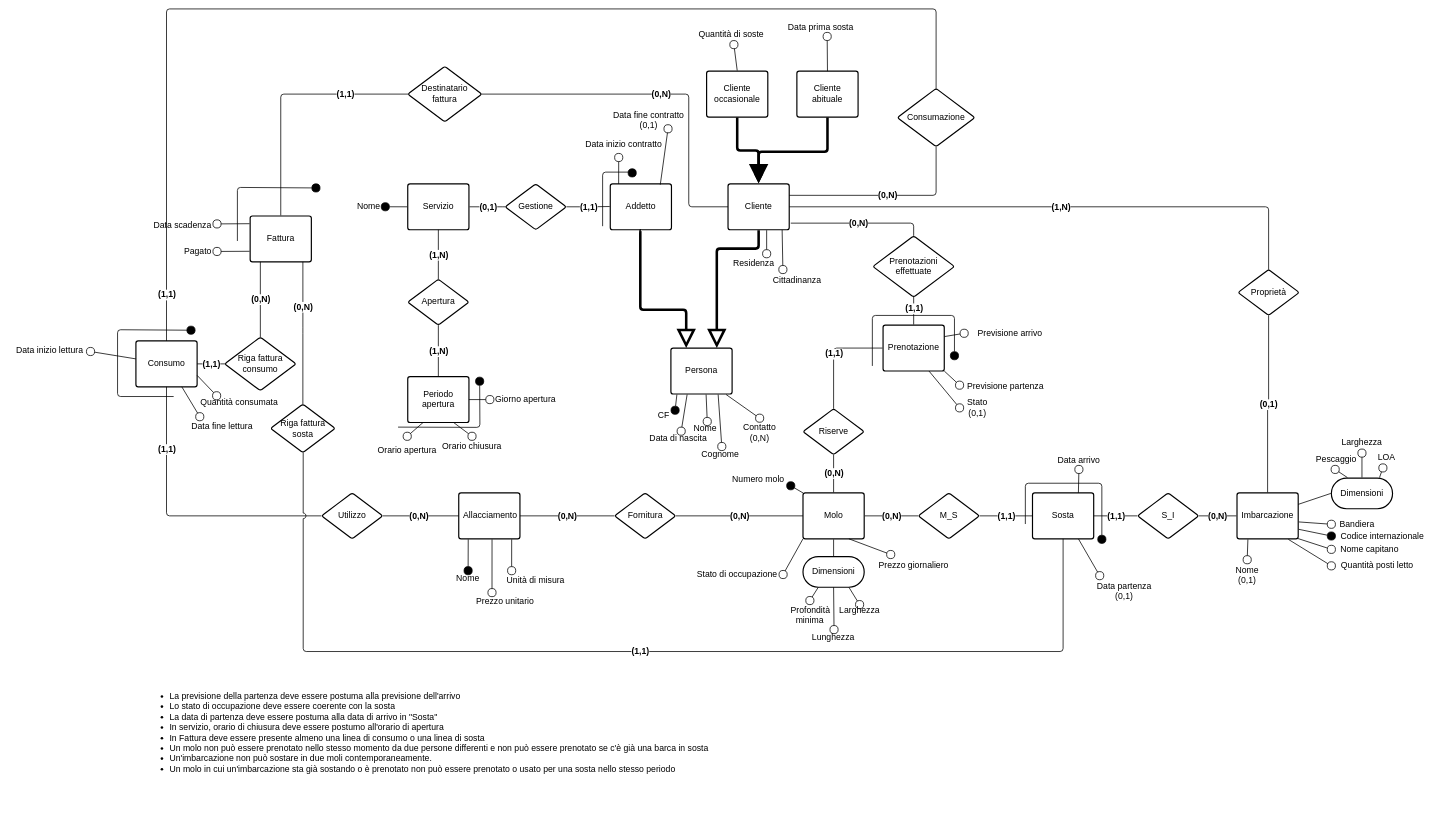
The draw.io diagram page "Concettuale" (1 of 4) of src_relazione_tex/Er.drawio in alessandro-massarenti/Progetto-basi-di-dati-2022, before the edit. Source tidied: cells renumbered, new cells numbered last; positions are measured from the earlier drawing's top-left corner, leaving out a move shared by most shapes. Both pictures are drawn from the tidied source at 51%, with x=0, y=0 at pixel (9, 9).
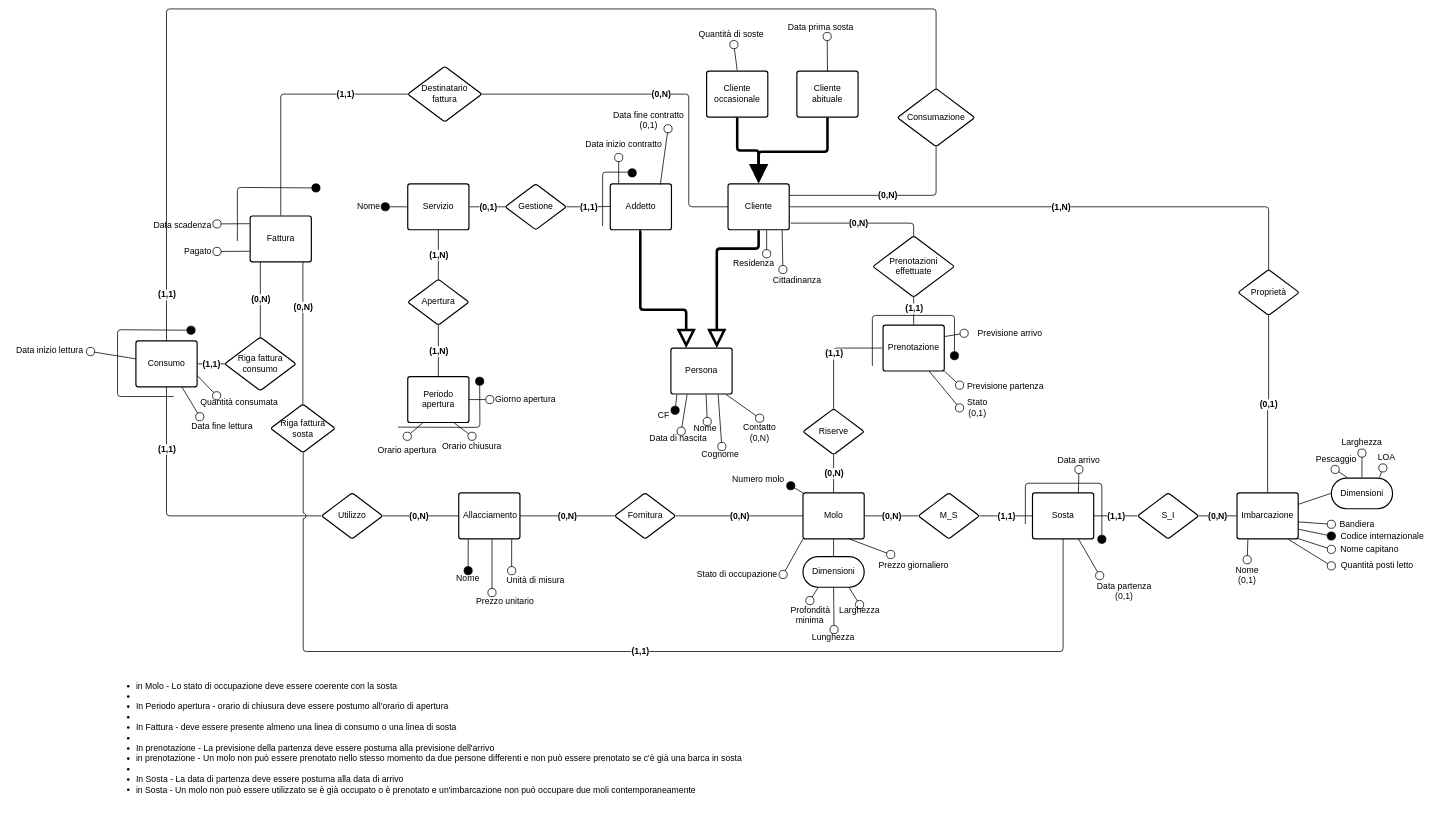
After the change.

Commit message:
Sistemati gli attributi non descrivibili tramite il diagramma ER

The edit, as a diff of the source:
```diff
@@
-    <mxCell id="158" value="&lt;div style=&quot;text-align: left; font-size: 17px;&quot;&gt;&lt;ul&gt;&lt;li&gt;&lt;span style=&quot;background-color: initial;&quot;&gt;La previsione della partenza deve essere postuma alla previsione dell'arrivo&lt;/span&gt;&lt;/li&gt;&lt;li&gt;&lt;span style=&quot;background-color: initial;&quot;&gt;Lo stato di occupazione deve essere coerente con la sosta&lt;/span&gt;&lt;/li&gt;&lt;li&gt;&lt;span style=&quot;background-color: initial;&quot;&gt;La data di partenza deve essere postuma alla data di arrivo in &quot;Sosta&quot;&lt;br&gt;&lt;/span&gt;&lt;/li&gt;&lt;li&gt;&lt;span style=&quot;background-color: initial;&quot;&gt;In servizio, orario di chiusura deve essere postumo all'orario di apertura&lt;/span&gt;&lt;/li&gt;&lt;li&gt;&lt;span style=&quot;background-color: initial;&quot;&gt;In Fattura deve essere presente almeno una linea di consumo o una linea di sosta&lt;/span&gt;&lt;/li&gt;&lt;li&gt;&lt;span style=&quot;background-color: initial;&quot;&gt;Un molo non può essere prenotato nello stesso momento da due persone differenti e non può essere prenotato se c'è già una barca in sosta&lt;/span&gt;&lt;/li&gt;&lt;li&gt;&lt;span style=&quot;background-color: initial;&quot;&gt;Un'imbarcazione non può sostare in due moli contemporaneamente.&lt;/span&gt;&lt;/li&gt;&lt;li&gt;&lt;span style=&quot;background-color: initial;&quot;&gt;Un molo in cui un'imbarcazione sta già sostando o è prenotato non può essere prenotato o usato per una sosta nello stesso periodo&lt;/span&gt;&lt;/li&gt;&lt;/ul&gt;&lt;/div&gt;" style="text;html=1;align=center;verticalAlign=middle;strokeColor=none;fillColor=none;" parent="1" vertex="1">
-      <mxGeometry x="268" y="1345" width="1110" height="150" as="geometry" />
+    <mxCell id="158" value="&lt;div style=&quot;text-align: left; font-size: 17px;&quot;&gt;&lt;div&gt;&lt;br&gt;&lt;/div&gt;&lt;ul&gt;&lt;li&gt;&lt;span style=&quot;background-color: initial;&quot;&gt;in Molo - Lo stato di occupazione deve essere coerente con la sosta&lt;/span&gt;&lt;/li&gt;&lt;li&gt;&lt;span style=&quot;background-color: initial;&quot;&gt;&lt;br&gt;&lt;/span&gt;&lt;/li&gt;&lt;li&gt;&lt;span style=&quot;background-color: initial;&quot;&gt;In Periodo apertura - orario di chiusura deve essere postumo all'orario di apertura&lt;/span&gt;&lt;br&gt;&lt;/li&gt;&lt;li&gt;&lt;span style=&quot;background-color: initial;&quot;&gt;&lt;br&gt;&lt;/span&gt;&lt;/li&gt;&lt;li&gt;&lt;span style=&quot;background-color: initial;&quot;&gt;In Fattura - deve essere presente almeno una linea di consumo o una linea di sosta&lt;/span&gt;&lt;/li&gt;&lt;li&gt;&lt;span style=&quot;background-color: initial;&quot;&gt;&lt;br&gt;&lt;/span&gt;&lt;/li&gt;&lt;li&gt;&lt;span style=&quot;background-color: initial;&quot;&gt;In prenotazione - La previsione della partenza deve essere postuma alla previsione dell'arrivo&lt;/span&gt;&lt;/li&gt;&lt;li&gt;&lt;span style=&quot;background-color: initial;&quot;&gt;in prenotazione - Un molo non può essere prenotato nello stesso momento da due persone differenti e non può essere prenotato se c'è già una barca in sosta&lt;/span&gt;&lt;/li&gt;&lt;li&gt;&lt;span style=&quot;background-color: initial;&quot;&gt;&lt;br&gt;&lt;/span&gt;&lt;/li&gt;&lt;li&gt;&lt;span style=&quot;background-color: initial;&quot;&gt;In Sosta - La data di partenza deve essere postuma alla data di arrivo&lt;/span&gt;&lt;/li&gt;&lt;li&gt;&lt;span style=&quot;background-color: initial;&quot;&gt;in Sosta - Un molo non può essere utilizzato se è già occupato o è prenotato e un'imbarcazione non può occupare due moli contemporaneamente&lt;/span&gt;&lt;/li&gt;&lt;/ul&gt;&lt;/div&gt;" style="text;html=1;align=center;verticalAlign=middle;strokeColor=none;fillColor=none;" parent="1" vertex="1">
+      <mxGeometry x="203" y="1315" width="1240" height="210" as="geometry" />
     </mxCell>
```
